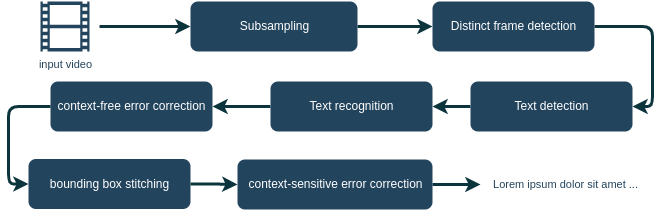
Earlier version of the draw.io export figures/ocr_pipeline.png (Mekacher-Anis/Bachelor-Thesis). Source tidied: cells renumbered, new cells last; positions are measured from the earlier drawing's top-left corner, leaving out a move shared by most shapes.
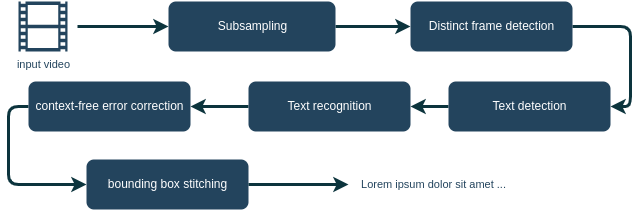
The same file after the commit.

What changed in the source:
```diff
@@ -32,18 +32,12 @@
     <mxCell id="11" value="&lt;font color=&quot;#ffffff&quot;&gt;context-free error correction&lt;/font&gt;" style="rounded=1;fillColor=#23445D;strokeColor=none;strokeWidth=2;fontFamily=Helvetica;html=1;gradientColor=none;" parent="1" vertex="1">
       <mxGeometry x="22" y="80" width="162" height="50" as="geometry" />
     </mxCell>
-    <mxCell id="12" style="edgeStyle=orthogonalEdgeStyle;shape=connector;rounded=1;jumpStyle=none;jettySize=auto;html=1;exitX=1;exitY=0.5;exitDx=0;exitDy=0;entryX=0;entryY=0.5;entryDx=0;entryDy=0;labelBackgroundColor=#ffffff;strokeColor=#0C343D;strokeWidth=3;fontFamily=Helvetica;fontSize=11;fontColor=#23445D;startArrow=none;startFill=0;endArrow=classic;" parent="1" edge="1" source="13" target="15">
-      <mxGeometry relative="1" as="geometry" />
-    </mxCell>
+    <mxCell id="19" style="edgeStyle=orthogonalEdgeStyle;shape=connector;rounded=1;jumpStyle=none;jettySize=auto;html=1;labelBackgroundColor=#ffffff;strokeColor=#0C343D;strokeWidth=3;fontFamily=Helvetica;fontSize=11;fontColor=#23445D;startArrow=none;startFill=0;endArrow=classic;" parent="1" edge="1" source="13" target="18">
+      <mxGeometry relative="1" as="geometry" />
+    </mxCell>
     <mxCell id="13" value="&lt;font color=&quot;#ffffff&quot;&gt;bounding box stitching&lt;/font&gt;" style="rounded=1;fillColor=#23445D;strokeColor=none;strokeWidth=2;fontFamily=Helvetica;html=1;gradientColor=none;" parent="1" vertex="1">
-      <mxGeometry y="157.5" width="162" height="50" as="geometry" />
+      <mxGeometry x="80" y="158" width="162" height="50" as="geometry" />
     </mxCell>
-    <mxCell id="14" style="edgeStyle=orthogonalEdgeStyle;shape=connector;rounded=1;jumpStyle=none;jettySize=auto;html=1;exitX=1;exitY=0.5;exitDx=0;exitDy=0;entryX=0;entryY=0.5;entryDx=0;entryDy=0;entryPerimeter=0;labelBackgroundColor=#ffffff;strokeColor=#0C343D;strokeWidth=3;fontFamily=Helvetica;fontSize=11;fontColor=#23445D;startArrow=none;startFill=0;endArrow=classic;" parent="1" edge="1" source="15" target="18">
-      <mxGeometry relative="1" as="geometry" />
-    </mxCell>
-    <mxCell id="15" value="&lt;font color=&quot;#ffffff&quot;&gt;context-sensitive error correction&lt;/font&gt;" style="rounded=1;fillColor=#23445D;strokeColor=none;strokeWidth=2;fontFamily=Helvetica;html=1;gradientColor=none;" parent="1" vertex="1">
-      <mxGeometry x="209" y="158" width="195" height="50" as="geometry" />
-    </mxCell>
     <mxCell id="16" style="edgeStyle=orthogonalEdgeStyle;shape=connector;rounded=1;jumpStyle=none;jettySize=auto;html=1;entryX=0;entryY=0.5;entryDx=0;entryDy=0;labelBackgroundColor=#ffffff;strokeColor=#0C343D;strokeWidth=3;fontFamily=Helvetica;fontSize=11;fontColor=#FFFFFF;startArrow=none;startFill=0;endArrow=classic;" parent="1" edge="1" source="17" target="3">
       <mxGeometry relative="1" as="geometry" />
     </mxCell>
@@ -51,7 +45,7 @@
       <mxGeometry x="12" width="49" height="50" as="geometry" />
     </mxCell>
     <mxCell id="18" value="Lorem ipsum dolor sit amet ..." style="text;html=1;align=center;verticalAlign=middle;points=[];strokeColor=none;fillColor=none;fontSize=11;fontFamily=Helvetica;fontColor=#23445D;" parent="1" vertex="1">
-      <mxGeometry x="452" y="168" width="170" height="30" as="geometry" />
+      <mxGeometry x="342" y="168" width="170" height="30" as="geometry" />
     </mxCell>
   </root>
 </mxGraphModel>
```
